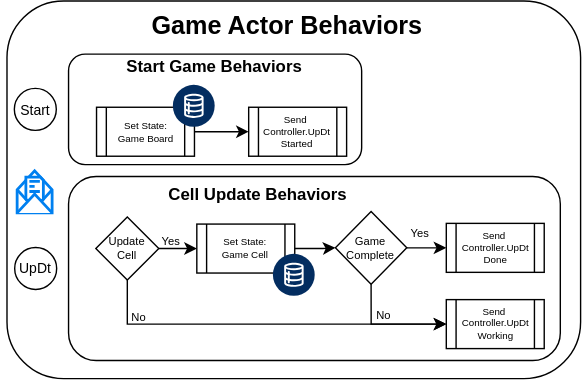
This is docs/diagrams/GameActor.svg from sunlao/py_sudoku_solver, a draw.io export, as it was before one commit. Source tidied: cells renumbered, new cells last; positions are measured from the earlier drawing's top-left corner, leaving out a move shared by most shapes.
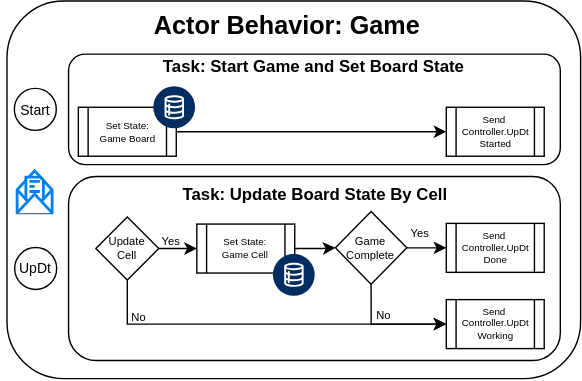
The same diagram one commit later.

Change to the diagram source:
```diff
@@ -6,7 +6,7 @@
       <mxGeometry x="4.5" width="410" height="270" as="geometry" />
     </mxCell>
     <mxCell id="3" style="rounded=1;whiteSpace=wrap;html=1;" parent="1" vertex="1">
-      <mxGeometry x="48.5" y="38" width="209.5" height="79" as="geometry" />
+      <mxGeometry x="48.5" y="38" width="351.5" height="79" as="geometry" />
     </mxCell>
     <mxCell id="4" value="UpDt" style="ellipse;whiteSpace=wrap;html=1;fontSize=10;" parent="1" vertex="1">
       <mxGeometry x="10" y="176.2" width="30" height="30" as="geometry" />
@@ -18,15 +18,15 @@
       <mxGeometry relative="1" as="geometry" />
     </mxCell>
     <mxCell id="7" value="Set State:&lt;div&gt;Game Board&lt;/div&gt;" style="shape=process;whiteSpace=wrap;html=1;backgroundOutline=1;fontSize=7;" parent="1" vertex="1">
-      <mxGeometry x="68.5" y="76" width="70" height="35" as="geometry" />
+      <mxGeometry x="55.5" y="76" width="70" height="35" as="geometry" />
     </mxCell>
     <mxCell id="8" style="verticalLabelPosition=bottom;html=1;shape=mxgraph.salesforce.data2;fillColorStyles=fillColor2,fillColor3;fillColor2=#032d60;fillColor3=#ffffff;fillColor=none;strokeColor=none;" parent="1" vertex="1">
-      <mxGeometry x="123.5" y="60.5" width="30" height="30" as="geometry" />
+      <mxGeometry x="109.5" y="61.5" width="30" height="30" as="geometry" />
     </mxCell>
-    <mxCell id="9" value="Start Game Behaviors" style="text;html=1;whiteSpace=wrap;strokeColor=none;fillColor=none;align=center;verticalAlign=middle;rounded=0;fontStyle=1;" parent="1" vertex="1">
-      <mxGeometry x="48" y="38" width="210" height="18" as="geometry" />
+    <mxCell id="9" value="Task: Start Game and Set Board State" style="text;html=1;whiteSpace=wrap;strokeColor=none;fillColor=none;align=center;verticalAlign=middle;rounded=0;fontStyle=1;" parent="1" vertex="1">
+      <mxGeometry x="48" y="38" width="351.5" height="18" as="geometry" />
     </mxCell>
-    <mxCell id="10" value="Game Actor Behaviors" style="text;html=1;whiteSpace=wrap;strokeColor=none;fillColor=none;align=center;verticalAlign=middle;rounded=0;fontStyle=1;fontSize=18;" parent="1" vertex="1">
+    <mxCell id="10" value="Actor Behavior: Game" style="text;html=1;whiteSpace=wrap;strokeColor=none;fillColor=none;align=center;verticalAlign=middle;rounded=0;fontStyle=1;fontSize=18;" parent="1" vertex="1">
       <mxGeometry y="4" width="410" height="27" as="geometry" />
     </mxCell>
     <mxCell id="11" style="rounded=1;whiteSpace=wrap;html=1;" parent="1" vertex="1">
@@ -54,7 +54,7 @@
       <mxGeometry x="89" y="220" width="20" height="12.5" as="geometry" />
     </mxCell>
     <mxCell id="19" value="Send&amp;nbsp;&lt;div&gt;Controller.UpDt&lt;/div&gt;&lt;div&gt;Started&lt;/div&gt;" style="shape=process;whiteSpace=wrap;html=1;backgroundOutline=1;fontSize=7;" parent="1" vertex="1">
-      <mxGeometry x="177.2" y="76" width="70" height="35" as="geometry" />
+      <mxGeometry x="318.5" y="76" width="70" height="35" as="geometry" />
     </mxCell>
     <mxCell id="20" value="Start" style="ellipse;whiteSpace=wrap;html=1;fontSize=10;" parent="1" vertex="1">
       <mxGeometry x="9.8" y="62.5" width="30" height="30" as="geometry" />
@@ -68,8 +68,8 @@
     <mxCell id="23" value="Send&amp;nbsp;&lt;div&gt;Controller.UpDt&lt;/div&gt;&lt;div&gt;Working&lt;/div&gt;" style="shape=process;whiteSpace=wrap;html=1;backgroundOutline=1;fontSize=7;" parent="1" vertex="1">
       <mxGeometry x="318.5" y="213.5" width="70" height="35" as="geometry" />
     </mxCell>
-    <mxCell id="24" value="Cell Update Behaviors" style="text;html=1;whiteSpace=wrap;strokeColor=none;fillColor=none;align=center;verticalAlign=middle;rounded=0;fontStyle=1;" parent="1" vertex="1">
-      <mxGeometry x="48.5" y="129.5" width="269.5" height="18" as="geometry" />
+    <mxCell id="24" value="Task: Update Board State By Cell" style="text;html=1;whiteSpace=wrap;strokeColor=none;fillColor=none;align=center;verticalAlign=middle;rounded=0;fontStyle=1;" parent="1" vertex="1">
+      <mxGeometry x="48.5" y="129.5" width="351.5" height="18" as="geometry" />
     </mxCell>
     <mxCell id="25" style="edgeStyle=orthogonalEdgeStyle;rounded=0;jettySize=auto;html=1;" parent="1" edge="1" source="27" target="21">
       <mxGeometry relative="1" as="geometry" />
```
